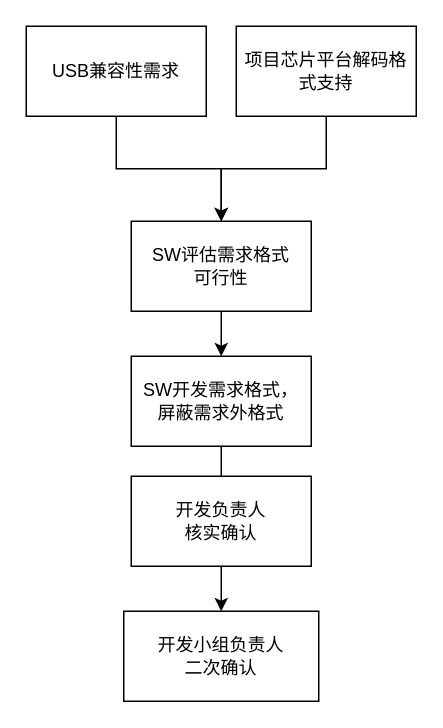
chenxx98/CS-Book keeps this draw.io diagram as USB.drawio. Above is the earlier version. Source tidied: cells renumbered, new cells numbered last; positions are measured from the earlier drawing's top-left corner, leaving out a move shared by most shapes. Both pictures are drawn from the tidied source at 150%, with x=0, y=0 at pixel (26, 26).
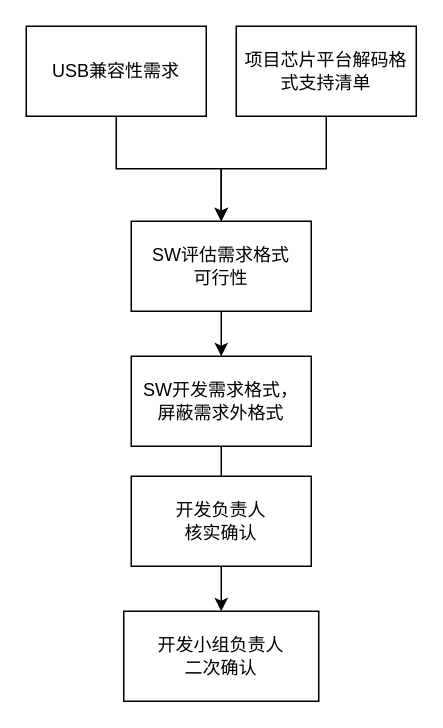
The same diagram, later.

Change to the diagram source:
```diff
@@
 <mxGraphModel>
   <root>
     <mxCell id="0" />
     <mxCell id="1" parent="0" />
     <mxCell id="2" style="edgeStyle=orthogonalEdgeStyle;rounded=0;jettySize=auto;html=1;" parent="1" edge="1" source="3" target="5">
       <mxGeometry relative="1" as="geometry" />
     </mxCell>
     <mxCell id="3" value="USB兼容性需求" style="rounded=0;whiteSpace=wrap;html=1;" parent="1" vertex="1">
       <mxGeometry width="120" height="60" as="geometry" />
     </mxCell>
     <mxCell id="4" style="edgeStyle=orthogonalEdgeStyle;rounded=0;jettySize=auto;html=1;" parent="1" edge="1" source="5" target="7">
       <mxGeometry relative="1" as="geometry" />
     </mxCell>
     <mxCell id="5" value="SW评估需求格式&lt;br&gt;可行性" style="rounded=0;whiteSpace=wrap;html=1;" parent="1" vertex="1">
       <mxGeometry x="70" y="130" width="120" height="60" as="geometry" />
     </mxCell>
     <mxCell id="6" style="edgeStyle=orthogonalEdgeStyle;rounded=0;jettySize=auto;html=1;" parent="1" edge="1" source="7" target="11">
       <mxGeometry relative="1" as="geometry" />
     </mxCell>
     <mxCell id="7" value="SW开发需求格式，&lt;br&gt;屏蔽需求外格式" style="rounded=0;whiteSpace=wrap;html=1;" parent="1" vertex="1">
       <mxGeometry x="70" y="220" width="120" height="60" as="geometry" />
     </mxCell>
     <mxCell id="8" style="edgeStyle=orthogonalEdgeStyle;rounded=0;jettySize=auto;html=1;" parent="1" edge="1" source="9" target="5">
       <mxGeometry relative="1" as="geometry" />
     </mxCell>
-    <mxCell id="9" value="项目芯片平台解码格式支持" style="rounded=0;whiteSpace=wrap;html=1;" parent="1" vertex="1">
+    <mxCell id="9" value="项目芯片平台解码格式支持清单" style="rounded=0;whiteSpace=wrap;html=1;" parent="1" vertex="1">
       <mxGeometry x="140" width="120" height="60" as="geometry" />
     </mxCell>
     <mxCell id="10" value="开发负责人&lt;br&gt;核实确认" style="rounded=0;whiteSpace=wrap;html=1;" parent="1" vertex="1">
       <mxGeometry x="70" y="300" width="120" height="60" as="geometry" />
     </mxCell>
     <mxCell id="11" value="开发小组负责人&lt;br&gt;二次确认" style="rounded=0;whiteSpace=wrap;html=1;" parent="1" vertex="1">
       <mxGeometry x="65" y="390" width="130" height="60" as="geometry" />
     </mxCell>
   </root>
 </mxGraphModel>
```
